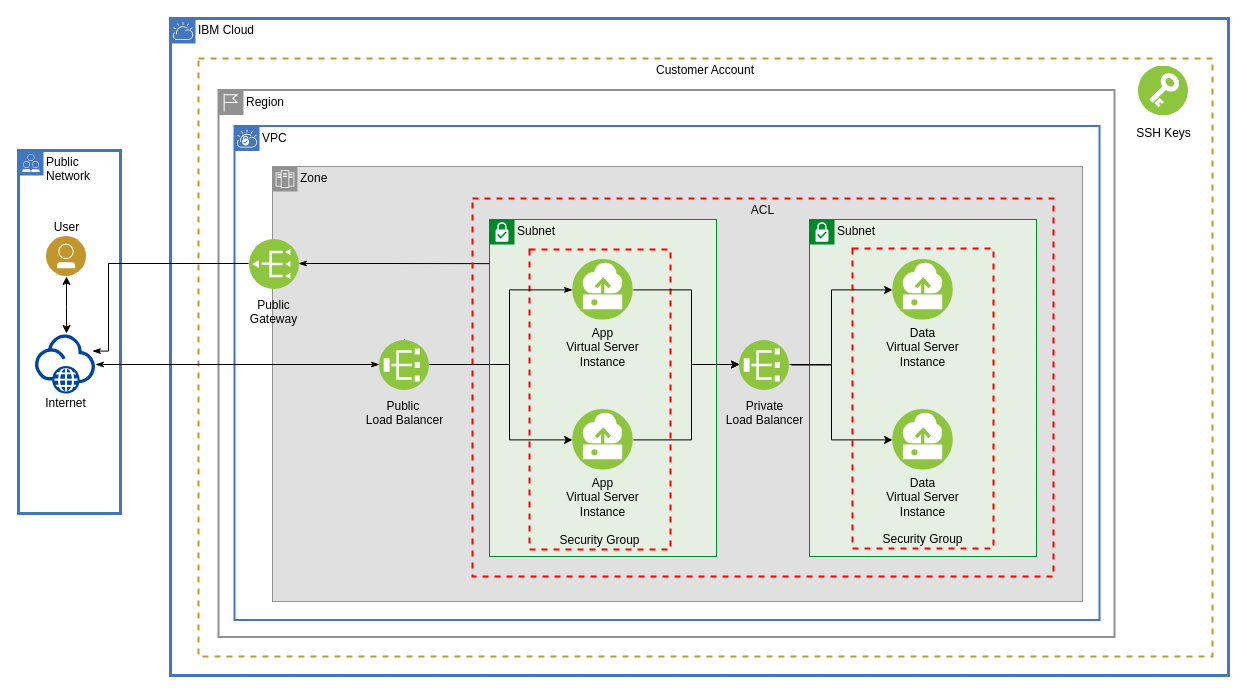
ibm-cloud-architecture/devasset-vpc-networking keeps this draw.io diagram as diagrams/devasset-vpc-networking.drawio. Above is the earlier version. Source tidied: cells renumbered, new cells numbered last; positions are measured from the earlier drawing's top-left corner, leaving out a move shared by most shapes. Both pictures are drawn from the tidied source at 100%, with x=0, y=0 at pixel (18, 18).
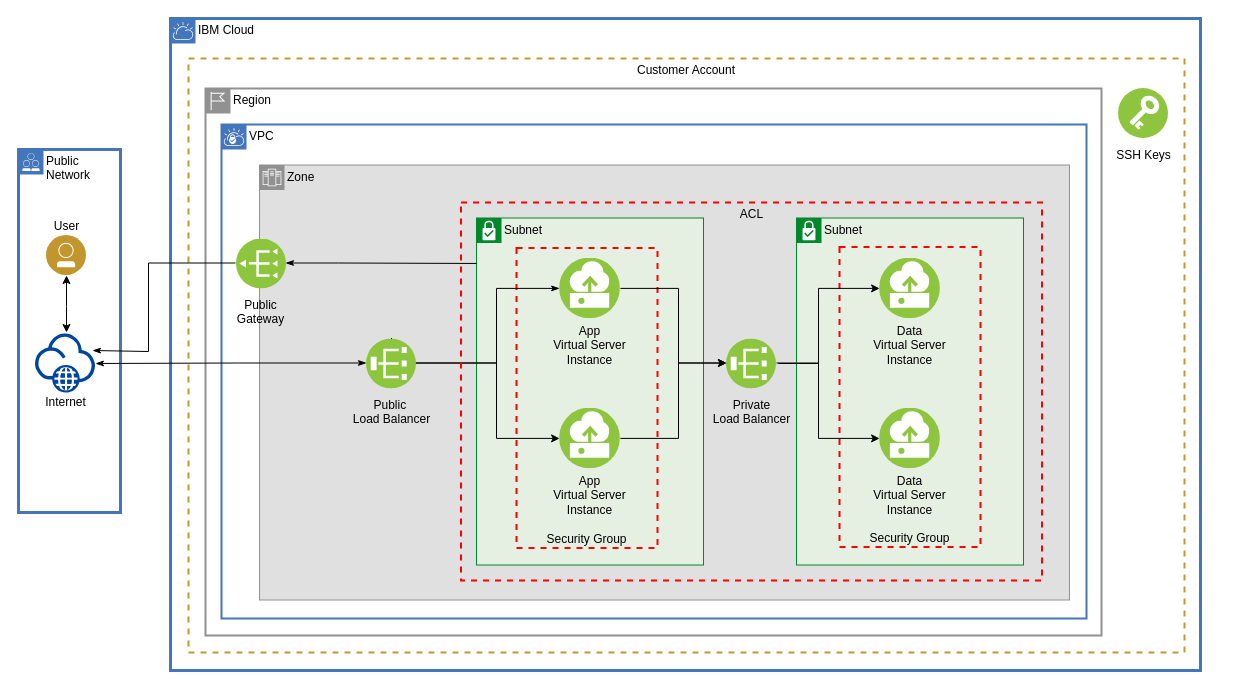
Above is the later version.

The change refers to these unchanged cells:
```xml
<mxCell id="3" value="Internet" style="perimeter=ellipsePerimeter;html=1;align=center;shadow=0;dashed=0;image;image=img/lib/ibm/vpc/Internet.svg;labelPosition=center;verticalLabelPosition=bottom;verticalAlign=top;fontSize=12;spacingTop=-5;" parent="2" vertex="1">
  <mxGeometry x="17" y="184" width="60" height="60" as="geometry" />
</mxCell>
<mxCell id="9" value="&lt;div&gt;&lt;font style=&quot;font-size: 12px&quot;&gt;Zone&lt;br&gt;&lt;/font&gt;&lt;/div&gt;" style="shape=mxgraph.ibm.box;prType=zone;fontStyle=0;verticalAlign=top;align=left;spacingLeft=32;spacingTop=4;fillColor=#E0E0E0;rounded=0;whiteSpace=wrap;html=1;strokeColor=#919191;strokeWidth=1;dashed=0;spacing=-4;" parent="8" vertex="1">
  <mxGeometry x="38" y="40.5" width="810" height="435" as="geometry" />
</mxCell>
<mxCell id="22" value="Public&amp;nbsp;&lt;br&gt;Load Balancer" style="perimeter=ellipsePerimeter;html=1;align=center;shadow=0;dashed=0;fontSize=12;spacingTop=3;image;image=img/lib/ibm/vpc/LoadBalancer.svg;labelBackgroundColor=none;direction=north;" parent="9" vertex="1">
  <mxGeometry x="107" y="173" width="50" height="50" as="geometry" />
</mxCell>
```

Diff of the diagram source:
```diff
@@
     <mxCell id="2" value="Public&lt;br&gt;Network" style="shape=mxgraph.ibm.box;prType=public;fontStyle=0;verticalAlign=top;align=left;spacingLeft=32;spacingTop=4;fillColor=none;rounded=0;whiteSpace=wrap;html=1;strokeColor=#4376BB;strokeWidth=3;dashed=0;spacing=-4;" parent="1" vertex="1">
-      <mxGeometry y="132" width="102" height="363" as="geometry" />
+      <mxGeometry y="131" width="102" height="363" as="geometry" />
     </mxCell>
@@
     <mxCell id="6" value="IBM Cloud" style="shape=mxgraph.ibm.box;prType=cloud;fontStyle=0;verticalAlign=top;align=left;spacingLeft=32;spacingTop=4;fillColor=none;rounded=0;whiteSpace=wrap;html=1;strokeColor=#4376BB;strokeWidth=3;dashed=0;spacing=-4;" parent="1" vertex="1">
-      <mxGeometry x="152" width="1058" height="657" as="geometry" />
+      <mxGeometry x="152" width="1030" height="652" as="geometry" />
     </mxCell>
     <mxCell id="7" value="Region&lt;br&gt;" style="shape=mxgraph.ibm.box;prType=region;fontStyle=0;verticalAlign=top;align=left;spacingLeft=32;spacingTop=4;fillColor=none;rounded=0;whiteSpace=wrap;html=1;strokeColor=#919191;strokeWidth=2;dashed=0;spacing=-4;" parent="6" vertex="1">
-      <mxGeometry x="48" y="71.5" width="896" height="547" as="geometry" />
+      <mxGeometry x="35" y="70" width="896" height="547" as="geometry" />
     </mxCell>
@@
     <mxCell id="10" value="&lt;div&gt;&lt;font style=&quot;font-size: 12px&quot;&gt;Subnet&lt;br&gt;&lt;/font&gt;&lt;/div&gt;" style="shape=mxgraph.ibm.box;prType=subnet;fontStyle=0;verticalAlign=top;align=left;spacingLeft=32;spacingTop=4;fillColor=#E6F0E2;rounded=0;whiteSpace=wrap;html=1;strokeColor=#00882B;strokeWidth=1;dashed=0;spacing=-4;" parent="9" vertex="1">
-      <mxGeometry x="217" y="53" width="227" height="337" as="geometry" />
+      <mxGeometry x="217" y="53" width="227" height="347" as="geometry" />
     </mxCell>
@@
     <mxCell id="14" value="&lt;div&gt;&lt;font style=&quot;font-size: 12px&quot;&gt;Subnet&lt;br&gt;&lt;/font&gt;&lt;/div&gt;" style="shape=mxgraph.ibm.box;prType=subnet;fontStyle=0;verticalAlign=top;align=left;spacingLeft=32;spacingTop=4;fillColor=#E6F0E2;rounded=0;whiteSpace=wrap;html=1;strokeColor=#00882B;strokeWidth=1;dashed=0;spacing=-4;" parent="9" vertex="1">
-      <mxGeometry x="537" y="53" width="227" height="337" as="geometry" />
+      <mxGeometry x="537" y="53" width="227" height="347" as="geometry" />
     </mxCell>
@@
     <mxCell id="26" style="edgeStyle=orthogonalEdgeStyle;rounded=0;jettySize=auto;html=1;exitX=0;exitY=0.5;exitDx=0;exitDy=0;entryX=0;entryY=0.131;entryDx=0;entryDy=0;entryPerimeter=0;startArrow=classicThin;startFill=1;endArrow=none;endFill=0;fontColor=#000000;" parent="9" edge="1" source="27" target="10">
-      <mxGeometry relative="1" as="geometry" />
+      <mxGeometry relative="1" as="geometry">
+        <Array as="points">
+          <mxPoint x="79" y="98" />
+          <mxPoint x="79" y="98" />
+        </Array>
+      </mxGeometry>
     </mxCell>
     <mxCell id="27" value="Public&lt;br&gt;Gateway" style="perimeter=ellipsePerimeter;html=1;align=center;shadow=0;dashed=0;fontSize=12;spacingTop=3;image;image=img/lib/ibm/vpc/PublicGateway.svg;labelBackgroundColor=none;direction=west;" parent="9" vertex="1">
-      <mxGeometry x="-24" y="72" width="50" height="50" as="geometry" />
+      <mxGeometry x="-24" y="73" width="50" height="50" as="geometry" />
     </mxCell>
     <mxCell id="28" value="ACL" style="fontStyle=0;verticalAlign=top;align=center;spacingTop=-2;fillColor=none;rounded=0;whiteSpace=wrap;html=1;strokeColor=#FF0000;strokeWidth=2;dashed=1;fontColor=#000000;" parent="9" vertex="1">
-      <mxGeometry x="200" y="32" width="581" height="378" as="geometry" />
+      <mxGeometry x="201.5" y="37.5" width="581" height="378" as="geometry" />
     </mxCell>
+    <mxCell id="30" value="SSH Keys" style="perimeter=ellipsePerimeter;html=1;align=center;shadow=0;dashed=0;labelBackgroundColor=#ffffff;fontSize=12;spacingTop=3;image;image=img/lib/ibm/vpc/Key.svg;" parent="6" vertex="1">
+      <mxGeometry x="948" y="70" width="50" height="50" as="geometry" />
+    </mxCell>
-    <mxCell id="29" value="Customer Account" style="fontStyle=0;verticalAlign=top;align=center;spacingTop=-2;fillColor=none;rounded=0;whiteSpace=wrap;html=1;strokeWidth=2;dashed=1;fontColor=#000000;strokeColor=#C4982E;" parent="9" vertex="1">
-      <mxGeometry x="-74" y="-108" width="1014" height="598" as="geometry" />
+    <mxCell id="29" value="Customer Account" style="fontStyle=0;verticalAlign=top;align=center;spacingTop=-2;fillColor=none;rounded=0;whiteSpace=wrap;html=1;strokeWidth=2;dashed=1;fontColor=#000000;strokeColor=#C4982E;" parent="6" vertex="1">
+      <mxGeometry x="18" y="40" width="996" height="594" as="geometry" />
     </mxCell>
-    <mxCell id="30" value="SSH Keys" style="perimeter=ellipsePerimeter;html=1;align=center;shadow=0;dashed=0;labelBackgroundColor=#ffffff;fontSize=12;spacingTop=3;image;image=img/lib/ibm/vpc/Key.svg;" parent="6" vertex="1">
-      <mxGeometry x="968" y="47.5" width="50" height="50" as="geometry" />
-    </mxCell>
     <mxCell id="31" style="edgeStyle=orthogonalEdgeStyle;rounded=0;jettySize=auto;html=1;exitX=0.5;exitY=0;exitDx=0;exitDy=0;startArrow=classicThin;startFill=1;endArrow=classicThin;endFill=1;fontColor=#000000;entryX=1;entryY=0.5;entryDx=0;entryDy=0;" parent="1" edge="1" source="22" target="3">
-      <mxGeometry relative="1" as="geometry" />
+      <mxGeometry relative="1" as="geometry">
+        <Array as="points">
+          <mxPoint x="220" y="345" />
+          <mxPoint x="220" y="345" />
+        </Array>
+      </mxGeometry>
     </mxCell>
-    <mxCell id="32" style="edgeStyle=orthogonalEdgeStyle;rounded=0;jettySize=auto;html=1;exitX=1;exitY=0.5;exitDx=0;exitDy=0;entryX=1;entryY=0.25;entryDx=0;entryDy=0;startArrow=none;startFill=0;endArrow=classicThin;endFill=1;fontColor=#000000;" parent="1" edge="1" source="27" target="3">
+    <mxCell id="32" style="edgeStyle=orthogonalEdgeStyle;rounded=0;jettySize=auto;html=1;exitX=1;exitY=0.5;exitDx=0;exitDy=0;startArrow=none;startFill=0;endArrow=classicThin;endFill=1;fontColor=#000000;" parent="1" edge="1" source="27">
       <mxGeometry relative="1" as="geometry">
+        <mxPoint x="74" y="332" as="targetPoint" />
         <Array as="points">
-          <mxPoint x="90" y="245" />
-          <mxPoint x="90" y="333" />
+          <mxPoint x="130" y="245" />
+          <mxPoint x="130" y="333" />
         </Array>
       </mxGeometry>
     </mxCell>
```
